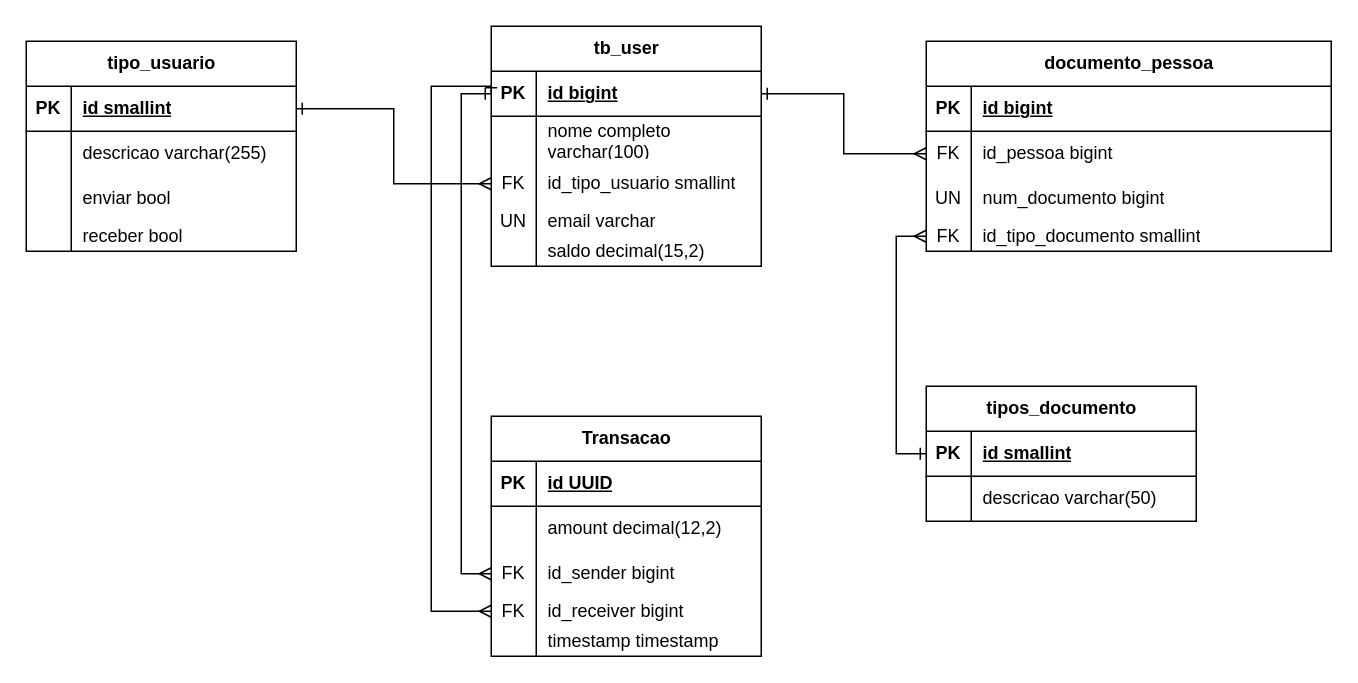
The draw.io diagram docs/modelagem-pp.drawio in JL-Junior/desafio-pp, before the edit. Source tidied: cells renumbered, new cells numbered last; positions are measured from the earlier drawing's top-left corner, leaving out a move shared by most shapes. Both pictures are drawn from the tidied source at 150%, with x=0, y=0 at pixel (26, 26).
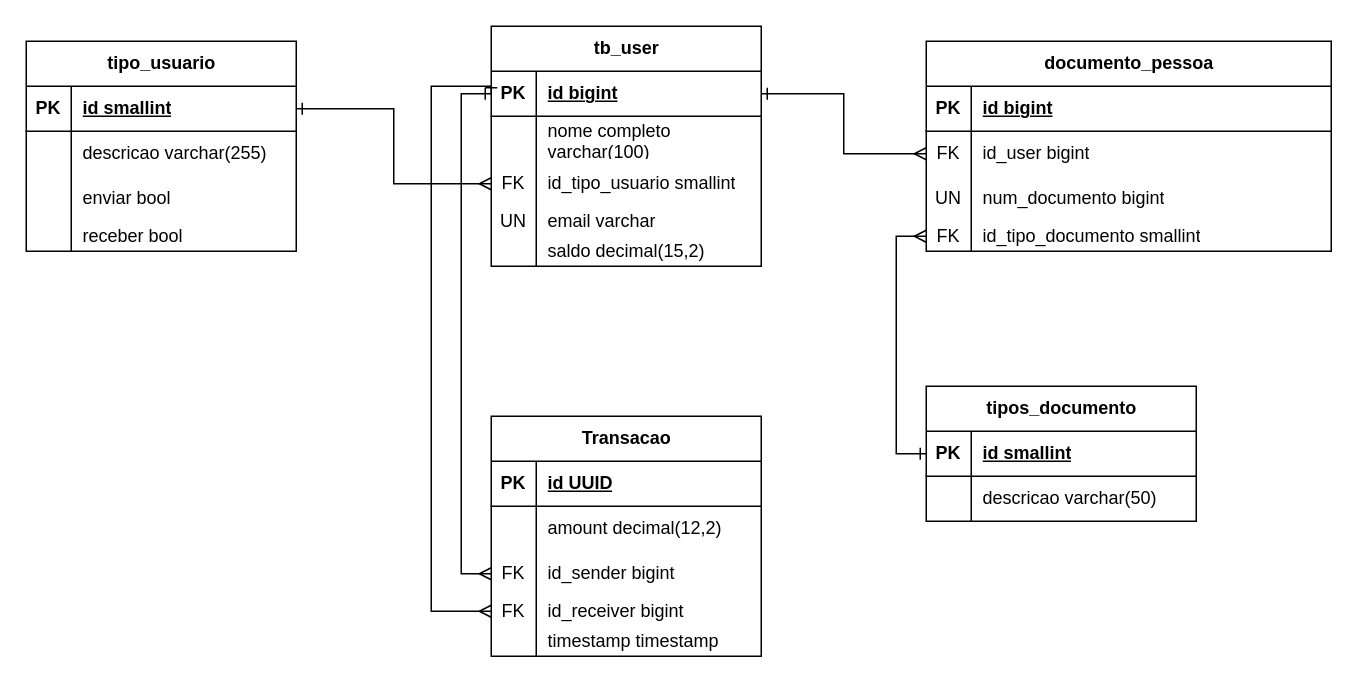
After the change.

Unchanged cells that the change refers to:
```xml
<mxCell id="22" style="shape=tableRow;horizontal=0;startSize=0;swimlaneHead=0;swimlaneBody=0;fillColor=none;points=[[0,0.5],[1,0.5]];portConstraint=eastwest;top=0;left=0;right=0;bottom=0;" parent="18" vertex="1">
  <mxGeometry y="60" width="270" height="30" as="geometry" />
</mxCell>
```

What changed in the source:
```diff
@@
-    <mxCell id="24" value="id_pessoa bigint" style="shape=partialRectangle;fillColor=none;top=0;left=0;bottom=0;right=0;align=left;spacingLeft=6;overflow=hidden;whiteSpace=wrap;html=1;" parent="22" vertex="1">
+    <mxCell id="24" value="id_user bigint" style="shape=partialRectangle;fillColor=none;top=0;left=0;bottom=0;right=0;align=left;spacingLeft=6;overflow=hidden;whiteSpace=wrap;html=1;" parent="22" vertex="1">
       <mxGeometry x="30" width="240" height="30" as="geometry" />
     </mxCell>
```
